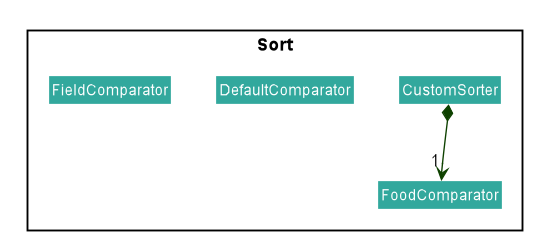
Above: images/SortingClassDiagram.png in AY1920S1-CS2103T-F13-2/main (PlantUML), before the change. Its diagram source:
```plantuml
@startuml








skinparam BackgroundColor #FFFFFFF

skinparam Shadowing false

skinparam Class {
    FontColor #FFFFFF
    BorderThickness 1
    BorderColor #FFFFFF
    StereotypeFontColor #FFFFFF
    FontName Arial
}

skinparam Actor {
    BorderColor #000000
    Color #000000
    FontName Arial
}

skinparam Sequence {
    MessageAlign center
    BoxFontSize 15
    BoxPadding 0
    BoxFontColor #FFFFFF
    FontName Arial
}

skinparam Participant {
    FontColor #FFFFFFF
    Padding 20
}

skinparam MinClassWidth 50
skinparam ParticipantPadding 10
skinparam Shadowing false
skinparam DefaultTextAlignment center
skinparam packageStyle Rectangle

hide footbox
hide members
hide circle
skinparam arrowThickness 1.1
skinparam arrowColor #0E4100
skinparam classBackgroundColor #32a89d

package Sort <<Rectangle>> {
    Class CustomSorter
    Class DefaultComparator
    Class FieldComparator
    Class FoodComparator
}

CustomSorter *--> "1" FoodComparator

@enduml
```
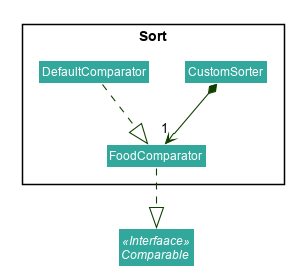
After the change.

Change to the diagram source:
```diff
@@ -51,13 +51,16 @@
 skinparam arrowColor #0E4100
 skinparam classBackgroundColor #32a89d
 
+Interface Comparable <<Interfaace>>
 package Sort <<Rectangle>> {
     Class CustomSorter
     Class DefaultComparator
-    Class FieldComparator
     Class FoodComparator
 }
 
 CustomSorter *--> "1" FoodComparator
+FoodComparator ..|> Comparable
+DefaultComparator ..|> FoodComparator
+
 
 @enduml
```
